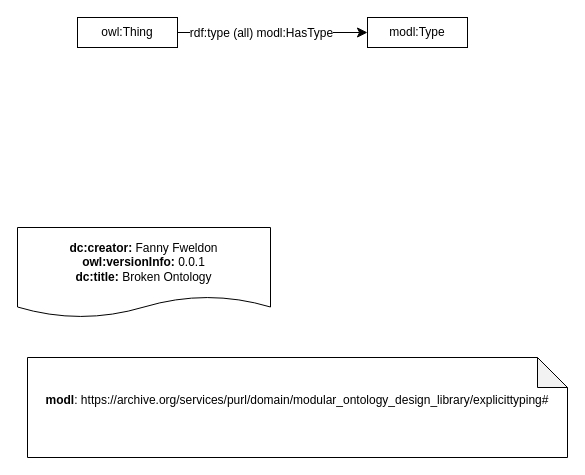
This is Drawio Patterns/explicit-typing.drawio from nd-crane/Drawio-experiments, a draw.io file, before an edit. Source tidied: cells renumbered, new cells numbered last; positions are measured from the earlier drawing's top-left corner, leaving out a move shared by most shapes. Both pictures are drawn from the tidied source at 100%, with x=0, y=0 at pixel (17, 17).
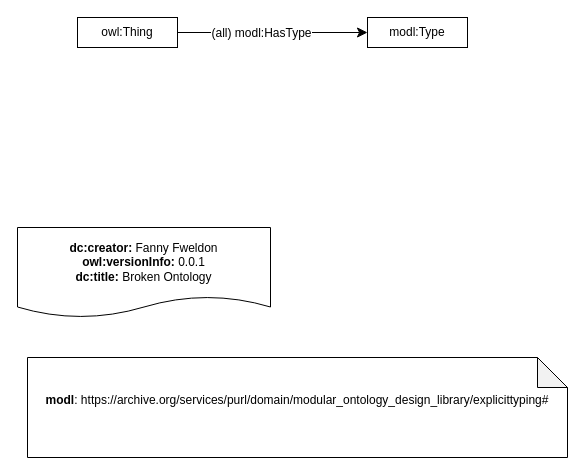
The same diagram, later.

Diff of the diagram source:
```diff
@@
 <mxGraphModel>
   <root>
     <mxCell id="0" />
     <mxCell id="1" parent="0" />
     <mxCell id="2" value="&lt;div&gt;&lt;b&gt;modl&lt;/b&gt;: https://archive.org/services/purl/domain/modular_ontology_design_library/explicittyping#&lt;/div&gt;&lt;div&gt;&lt;br&gt;&lt;/div&gt;" style="shape=note;whiteSpace=wrap;html=1;backgroundOutline=1;darkOpacity=0.05;" parent="1" vertex="1">
       <mxGeometry x="10" y="340" width="540" height="100" as="geometry" />
     </mxCell>
     <mxCell id="3" value="&lt;div&gt;&lt;b&gt;dc:creator:&lt;/b&gt;&amp;nbsp;Fanny Fweldon&lt;/div&gt;&lt;div&gt;&lt;b&gt;owl:versionInfo:&lt;/b&gt; 0.0.1&lt;/div&gt;&lt;div&gt;&lt;b&gt;dc:title:&lt;/b&gt; Broken Ontology&lt;/div&gt;" style="shape=document;whiteSpace=wrap;html=1;boundedLbl=1;labelBackgroundColor=#ffffff;strokeColor=#000000;fontSize=12;fontColor=#000000;size=0.23333333333333334;" parent="1" vertex="1">
       <mxGeometry y="210" width="253" height="90" as="geometry" />
     </mxCell>
     <mxCell id="4" value="modl:Type" style="rounded=0;whiteSpace=wrap;html=1;snapToPoint=1;points=[[0.1,0],[0.2,0],[0.3,0],[0.4,0],[0.5,0],[0.6,0],[0.7,0],[0.8,0],[0.9,0],[0,0.1],[0,0.3],[0,0.5],[0,0.7],[0,0.9],[0.1,1],[0.2,1],[0.3,1],[0.4,1],[0.5,1],[0.6,1],[0.7,1],[0.8,1],[0.9,1],[1,0.1],[1,0.3],[1,0.5],[1,0.7],[1,0.9]];" parent="1" vertex="1">
       <mxGeometry x="350" width="100" height="30" as="geometry" />
     </mxCell>
     <mxCell id="5" style="endArrow=classic;html=1;exitX=1;exitY=0.5;exitDx=0;exitDy=0;endSize=8;entryX=0;entryY=0.5;entryDx=0;entryDy=0;arcSize=0;" parent="1" edge="1" source="7" target="4">
       <mxGeometry relative="1" as="geometry" />
     </mxCell>
-    <mxCell id="6" value="rdf:type (all) modl:HasType" style="text;html=1;align=center;verticalAlign=middle;labelBackgroundColor=#ffffff;" parent="5" vertex="1">
+    <mxCell id="6" value="(all) modl:HasType" style="text;html=1;align=center;verticalAlign=middle;labelBackgroundColor=#ffffff;" parent="5" vertex="1">
       <mxGeometry x="-0.13" relative="1" as="geometry" />
     </mxCell>
     <mxCell id="7" value="owl:Thing" style="rounded=0;whiteSpace=wrap;html=1;snapToPoint=1;points=[[0.1,0],[0.2,0],[0.3,0],[0.4,0],[0.5,0],[0.6,0],[0.7,0],[0.8,0],[0.9,0],[0,0.1],[0,0.3],[0,0.5],[0,0.7],[0,0.9],[0.1,1],[0.2,1],[0.3,1],[0.4,1],[0.5,1],[0.6,1],[0.7,1],[0.8,1],[0.9,1],[1,0.1],[1,0.3],[1,0.5],[1,0.7],[1,0.9]];" parent="1" vertex="1">
       <mxGeometry x="60" width="100" height="30" as="geometry" />
     </mxCell>
   </root>
 </mxGraphModel>
```
